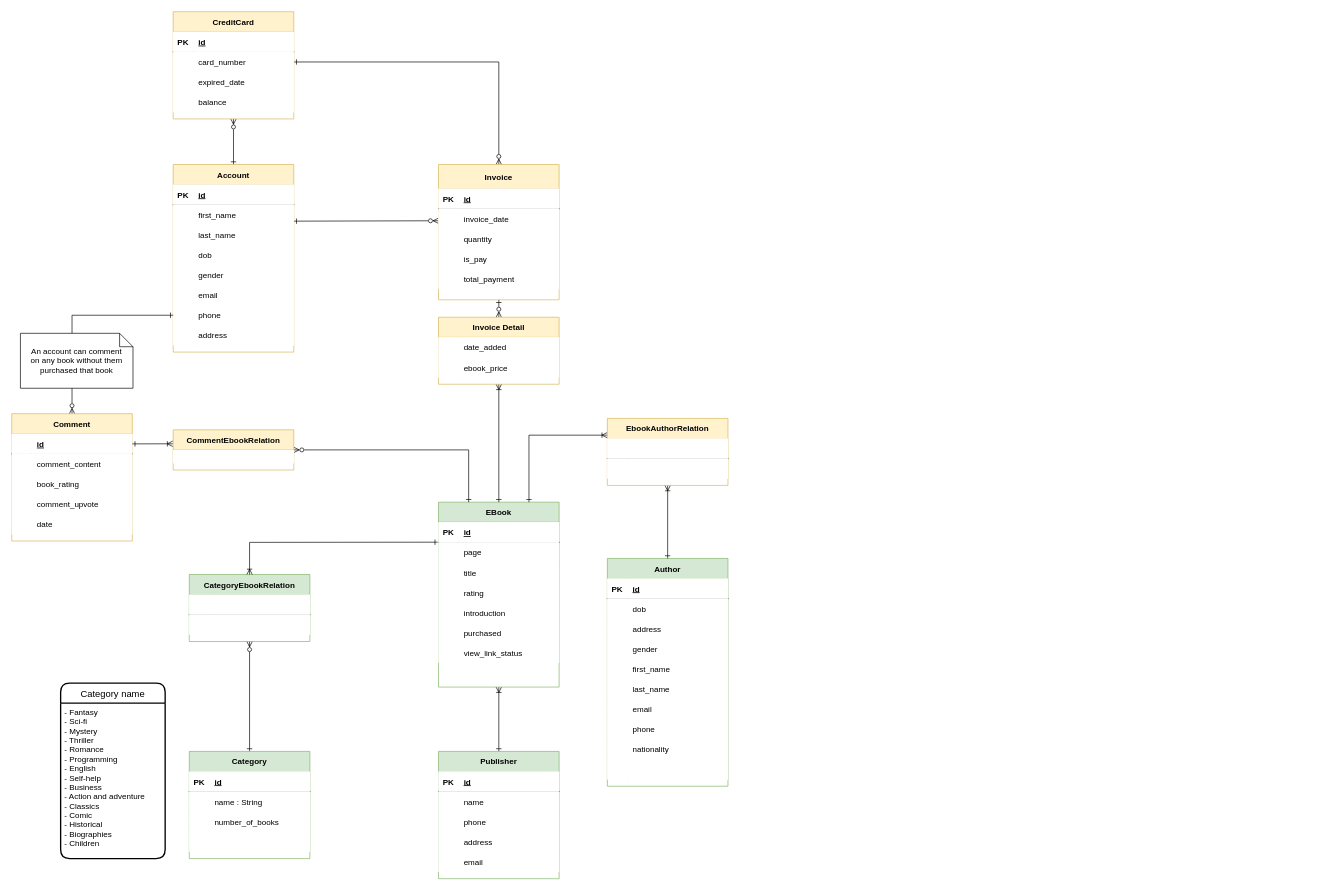
TongVu/Axon keeps this draw.io diagram as SourceCode/Postgres/Query/ERD/Drawio/SellingBookOnline.drawio. Above is the earlier version. Source tidied: cells renumbered, new cells numbered last; positions are measured from the earlier drawing's top-left corner, leaving out a move shared by most shapes. Both pictures are drawn from the tidied source at 67%, with x=0, y=0 at pixel (11, 11).
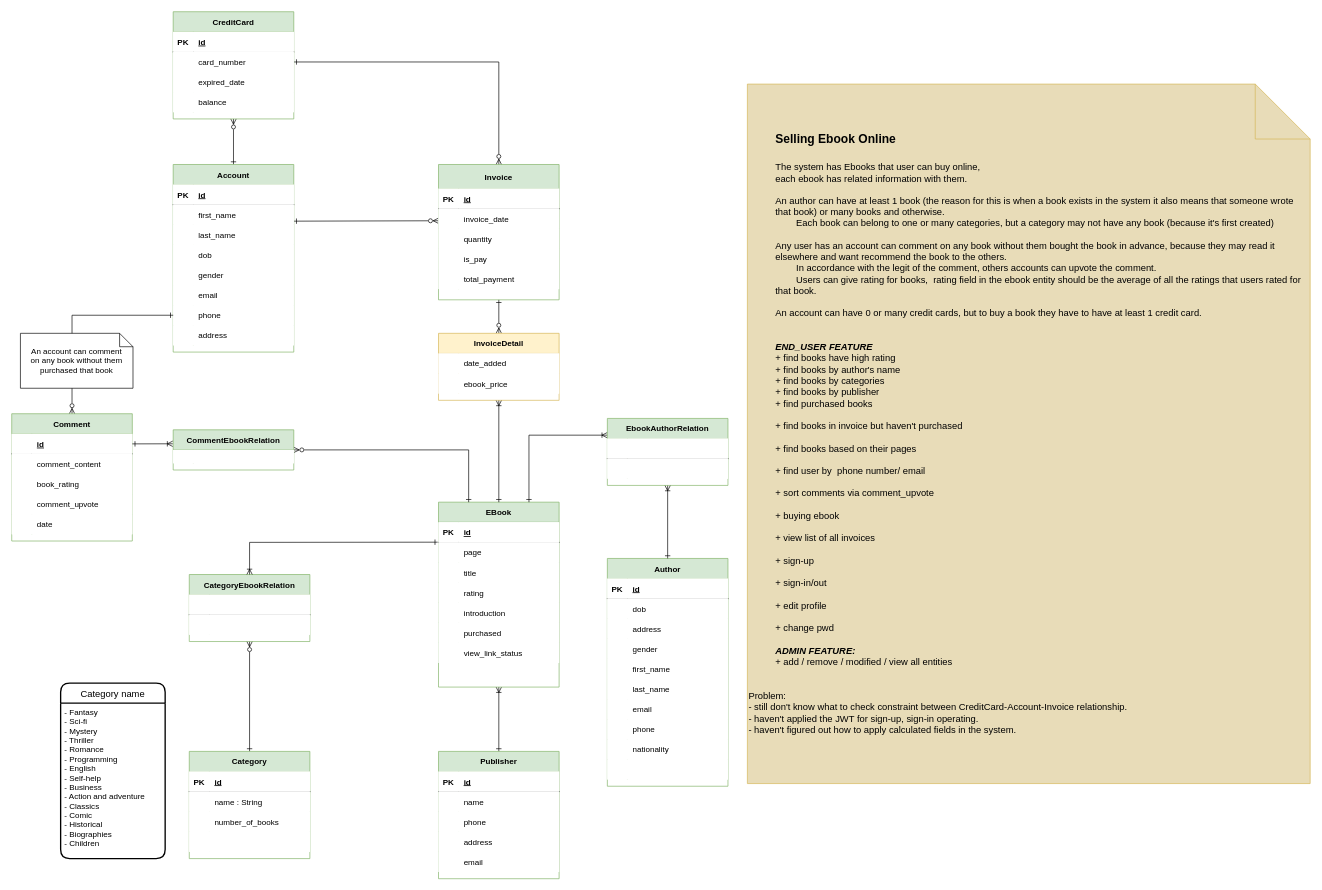
After the change.

The edit, as a diff of the source:
```diff
@@
-    <mxCell id="27" value="Account" style="shape=table;startSize=30;childLayout=tableLayout;rowLines=0;fontStyle=1;align=center;fillColor=#fff2cc;strokeColor=#d6b656;" parent="1" vertex="1">
+    <mxCell id="27" value="Account" style="shape=table;startSize=30;childLayout=tableLayout;rowLines=0;fontStyle=1;align=center;fillColor=#d5e8d4;strokeColor=#82b366;" parent="1" vertex="1">
       <mxGeometry x="241" y="228" width="180" height="280" as="geometry" />
     </mxCell>
@@
-    <mxCell id="85" value="Invoice" style="shape=table;startSize=36;childLayout=tableLayout;rowLines=0;fontStyle=1;align=center;fillColor=#fff2cc;strokeColor=#d6b656;" parent="1" vertex="1">
+    <mxCell id="85" value="Invoice" style="shape=table;startSize=36;childLayout=tableLayout;rowLines=0;fontStyle=1;align=center;fillColor=#d5e8d4;strokeColor=#82b366;" parent="1" vertex="1">
       <mxGeometry x="637" y="228" width="180" height="202" as="geometry" />
     </mxCell>
@@
-    <mxCell id="131" value="CreditCard" style="shape=table;startSize=30;childLayout=tableLayout;rowLines=0;fontStyle=1;align=center;fillColor=#fff2cc;strokeColor=#d6b656;" parent="1" vertex="1">
+    <mxCell id="131" value="CreditCard" style="shape=table;startSize=30;childLayout=tableLayout;rowLines=0;fontStyle=1;align=center;fillColor=#d5e8d4;strokeColor=#82b366;" parent="1" vertex="1">
       <mxGeometry x="241" width="180" height="160" as="geometry" />
     </mxCell>
@@
-    <mxCell id="154" value="EbookAuthorRelation" style="shape=table;startSize=30;childLayout=tableLayout;rowLines=0;fontStyle=1;align=center;fillColor=#fff2cc;strokeColor=#d6b656;" parent="1" vertex="1">
+    <mxCell id="154" value="EbookAuthorRelation" style="shape=table;startSize=30;childLayout=tableLayout;rowLines=0;fontStyle=1;align=center;fillColor=#d5e8d4;strokeColor=#82b366;" parent="1" vertex="1">
       <mxGeometry x="889" y="607" width="180" height="100" as="geometry" />
     </mxCell>
@@
-    <mxCell id="162" value="Invoice Detail" style="shape=table;startSize=30;childLayout=tableLayout;rowLines=0;fontStyle=1;align=center;fillColor=#fff2cc;strokeColor=#d6b656;" parent="1" vertex="1">
-      <mxGeometry x="637" y="456" width="180" height="100" as="geometry" />
+    <mxCell id="162" value="InvoiceDetail" style="shape=table;startSize=30;childLayout=tableLayout;rowLines=0;fontStyle=1;align=center;fillColor=#fff2cc;strokeColor=#d6b656;" parent="1" vertex="1">
+      <mxGeometry x="637" y="480" width="180" height="100" as="geometry" />
     </mxCell>
@@
-    <mxCell id="170" value="CommentEbookRelation" style="shape=table;startSize=30;childLayout=tableLayout;rowLines=0;fontStyle=1;align=center;fillColor=#fff2cc;strokeColor=#d6b656;" parent="1" vertex="1">
+    <mxCell id="170" value="CommentEbookRelation" style="shape=table;startSize=30;childLayout=tableLayout;rowLines=0;fontStyle=1;align=center;fillColor=#d5e8d4;strokeColor=#82b366;" parent="1" vertex="1">
       <mxGeometry x="241" y="624" width="180" height="60" as="geometry" />
     </mxCell>
@@
-    <mxCell id="177" value="Comment" style="shape=table;startSize=30;childLayout=tableLayout;rowLines=0;fontStyle=1;align=center;fillColor=#fff2cc;strokeColor=#d6b656;" parent="1" vertex="1">
+    <mxCell id="177" value="Comment" style="shape=table;startSize=30;childLayout=tableLayout;rowLines=0;fontStyle=1;align=center;fillColor=#d5e8d4;strokeColor=#82b366;" parent="1" vertex="1">
       <mxGeometry y="600" width="180" height="190" as="geometry" />
     </mxCell>
@@
+    <mxCell id="195" value="&lt;blockquote style=&quot;margin: 0px 0px 0px 40px; border: none; padding: 0px; font-size: 18px;&quot;&gt;&lt;font style=&quot;font-size: 18px;&quot;&gt;&lt;b style=&quot;&quot;&gt;&lt;font style=&quot;font-size: 18px;&quot;&gt;Selling Ebook Online&lt;/font&gt;&lt;/b&gt;&lt;/font&gt;&lt;/blockquote&gt;&lt;blockquote style=&quot;margin: 0px 0px 0px 40px; border: none; padding: 0px; font-size: 18px;&quot;&gt;&lt;font style=&quot;font-size: 18px;&quot;&gt;&lt;br&gt;&lt;/font&gt;&lt;/blockquote&gt;&lt;font style=&quot;font-size: 14px;&quot;&gt;&lt;blockquote style=&quot;margin: 0 0 0 40px; border: none; padding: 0px;&quot;&gt;&lt;font style=&quot;font-size: 14px;&quot;&gt;The system has Ebooks that user can buy online,&lt;/font&gt;&lt;/blockquote&gt;&lt;blockquote style=&quot;margin: 0 0 0 40px; border: none; padding: 0px;&quot;&gt;&lt;font style=&quot;font-size: 14px;&quot;&gt;each ebook has related information with them.&lt;/font&gt;&lt;/blockquote&gt;&lt;blockquote style=&quot;margin: 0 0 0 40px; border: none; padding: 0px;&quot;&gt;&lt;font style=&quot;font-size: 14px;&quot;&gt;&lt;br&gt;&lt;/font&gt;&lt;/blockquote&gt;&lt;blockquote style=&quot;margin: 0 0 0 40px; border: none; padding: 0px;&quot;&gt;&lt;font style=&quot;font-size: 14px;&quot;&gt;An author can have at least 1 book (the reason for this is when a book exists in the system it also means that someone wrote that book) or many books and otherwise.&lt;/font&gt;&lt;/blockquote&gt;&lt;blockquote style=&quot;margin: 0 0 0 40px; border: none; padding: 0px;&quot;&gt;&lt;span style=&quot;background-color: initial;&quot;&gt;&lt;font style=&quot;font-size: 14px;&quot;&gt;&lt;span style=&quot;white-space: pre;&quot;&gt;&#9;&lt;/span&gt;Each book can belong to one or many categories, but a category may not have any book (because it's first created)&lt;/font&gt;&lt;/span&gt;&lt;/blockquote&gt;&lt;blockquote style=&quot;margin: 0 0 0 40px; border: none; padding: 0px;&quot;&gt;&lt;font style=&quot;font-size: 14px;&quot;&gt;&lt;br&gt;&lt;/font&gt;&lt;/blockquote&gt;&lt;blockquote style=&quot;margin: 0 0 0 40px; border: none; padding: 0px;&quot;&gt;&lt;font style=&quot;font-size: 14px;&quot;&gt;Any user has an account can comment on any book without them bought the book in advance, because they may read it elsewhere and want recommend the book to the others.&lt;/font&gt;&lt;/blockquote&gt;&lt;blockquote style=&quot;margin: 0 0 0 40px; border: none; padding: 0px;&quot;&gt;&lt;font style=&quot;font-size: 14px;&quot;&gt;&lt;span style=&quot;white-space: pre;&quot;&gt;&#9;&lt;/span&gt;In&amp;nbsp;&lt;span style=&quot;background-color: initial;&quot;&gt;accordance with the legit of the comment, others accounts can upvote the comment.&lt;/span&gt;&lt;/font&gt;&lt;/blockquote&gt;&lt;blockquote style=&quot;margin: 0 0 0 40px; border: none; padding: 0px;&quot;&gt;&lt;font style=&quot;font-size: 14px;&quot;&gt;&lt;span style=&quot;white-space: pre;&quot;&gt;&#9;&lt;/span&gt;Users can give rating for books,&amp;nbsp; rating field in the ebook entity should be the average of all the ratings that users rated for that book.&lt;/font&gt;&lt;/blockquote&gt;&lt;blockquote style=&quot;margin: 0 0 0 40px; border: none; padding: 0px;&quot;&gt;&lt;font style=&quot;font-size: 14px;&quot;&gt;&lt;br&gt;&lt;/font&gt;&lt;/blockquote&gt;&lt;blockquote style=&quot;margin: 0 0 0 40px; border: none; padding: 0px;&quot;&gt;&lt;font style=&quot;font-size: 14px;&quot;&gt;An account can have 0 or many credit cards, but to buy a book they have to have at least 1 credit card.&lt;/font&gt;&lt;/blockquote&gt;&lt;blockquote style=&quot;margin: 0 0 0 40px; border: none; padding: 0px;&quot;&gt;&lt;font style=&quot;font-size: 14px;&quot;&gt;&lt;br&gt;&lt;/font&gt;&lt;/blockquote&gt;&lt;blockquote style=&quot;margin: 0 0 0 40px; border: none; padding: 0px;&quot;&gt;&lt;br&gt;&lt;/blockquote&gt;&lt;blockquote style=&quot;margin: 0 0 0 40px; border: none; padding: 0px;&quot;&gt;&lt;b&gt;&lt;i&gt;END_USER FEATURE&lt;/i&gt;&lt;/b&gt;&lt;/blockquote&gt;&lt;blockquote style=&quot;margin: 0 0 0 40px; border: none; padding: 0px;&quot;&gt;+ find books have high rating&lt;/blockquote&gt;&lt;blockquote style=&quot;margin: 0 0 0 40px; border: none; padding: 0px;&quot;&gt;+ find books by author's name&lt;/blockquote&gt;&lt;blockquote style=&quot;margin: 0 0 0 40px; border: none; padding: 0px;&quot;&gt;+ find books by categories&lt;/blockquote&gt;&lt;blockquote style=&quot;margin: 0 0 0 40px; border: none; padding: 0px;&quot;&gt;+ find books by publisher&lt;/blockquote&gt;&lt;blockquote style=&quot;margin: 0 0 0 40px; border: none; padding: 0px;&quot;&gt;+ find purchased books&lt;/blockquote&gt;&lt;blockquote style=&quot;margin: 0 0 0 40px; border: none; padding: 0px;&quot;&gt;&lt;br&gt;&lt;/blockquote&gt;&lt;blockquote style=&quot;margin: 0 0 0 40px; border: none; padding: 0px;&quot;&gt;+ find books in invoice but haven't purchased&lt;/blockquote&gt;&lt;blockquote style=&quot;margin: 0 0 0 40px; border: none; padding: 0px;&quot;&gt;&lt;br&gt;&lt;/blockquote&gt;&lt;blockquote style=&quot;margin: 0 0 0 40px; border: none; padding: 0px;&quot;&gt;+ find books based on their pages&lt;/blockquote&gt;&lt;blockquote style=&quot;margin: 0 0 0 40px; border: none; padding: 0px;&quot;&gt;&lt;br&gt;&lt;/blockquote&gt;&lt;blockquote style=&quot;margin: 0 0 0 40px; border: none; padding: 0px;&quot;&gt;+ find user by&amp;nbsp; phone number/ email&lt;/blockquote&gt;&lt;blockquote style=&quot;margin: 0 0 0 40px; border: none; padding: 0px;&quot;&gt;&lt;br&gt;&lt;/blockquote&gt;&lt;blockquote style=&quot;margin: 0 0 0 40px; border: none; padding: 0px;&quot;&gt;+ sort comments via comment_upvote&lt;/blockquote&gt;&lt;blockquote style=&quot;margin: 0 0 0 40px; border: none; padding: 0px;&quot;&gt;&lt;br&gt;&lt;/blockquote&gt;&lt;blockquote style=&quot;margin: 0 0 0 40px; border: none; padding: 0px;&quot;&gt;+ buying ebook&lt;/blockquote&gt;&lt;blockquote style=&quot;margin: 0 0 0 40px; border: none; padding: 0px;&quot;&gt;&lt;br&gt;&lt;/blockquote&gt;&lt;blockquote style=&quot;margin: 0 0 0 40px; border: none; padding: 0px;&quot;&gt;+ view list of all invoices&lt;/blockquote&gt;&lt;blockquote style=&quot;margin: 0 0 0 40px; border: none; padding: 0px;&quot;&gt;&lt;br&gt;&lt;/blockquote&gt;&lt;blockquote style=&quot;margin: 0 0 0 40px; border: none; padding: 0px;&quot;&gt;+ sign-up&lt;/blockquote&gt;&lt;blockquote style=&quot;margin: 0 0 0 40px; border: none; padding: 0px;&quot;&gt;&lt;br&gt;&lt;/blockquote&gt;&lt;blockquote style=&quot;margin: 0 0 0 40px; border: none; padding: 0px;&quot;&gt;+ sign-in/out&lt;/blockquote&gt;&lt;blockquote style=&quot;margin: 0 0 0 40px; border: none; padding: 0px;&quot;&gt;&lt;br&gt;&lt;/blockquote&gt;&lt;blockquote style=&quot;margin: 0 0 0 40px; border: none; padding: 0px;&quot;&gt;+ edit profile&lt;/blockquote&gt;&lt;blockquote style=&quot;margin: 0 0 0 40px; border: none; padding: 0px;&quot;&gt;&lt;br&gt;&lt;/blockquote&gt;&lt;blockquote style=&quot;margin: 0 0 0 40px; border: none; padding: 0px;&quot;&gt;+ change pwd&lt;/blockquote&gt;&lt;blockquote style=&quot;margin: 0 0 0 40px; border: none; padding: 0px;&quot;&gt;&lt;br&gt;&lt;/blockquote&gt;&lt;blockquote style=&quot;margin: 0 0 0 40px; border: none; padding: 0px;&quot;&gt;&lt;b&gt;&lt;i&gt;ADMIN FEATURE:&lt;/i&gt;&lt;/b&gt;&lt;/blockquote&gt;&lt;blockquote style=&quot;margin: 0 0 0 40px; border: none; padding: 0px;&quot;&gt;+ add / remove / modified / view all entities&amp;nbsp;&lt;/blockquote&gt;&lt;blockquote style=&quot;margin: 0 0 0 40px; border: none; padding: 0px;&quot;&gt;&lt;/blockquote&gt;&lt;font style=&quot;font-size: 14px;&quot;&gt;&lt;br&gt;&lt;br&gt;Problem: &lt;br&gt;- still don't know what to check constraint between CreditCard-Account-Invoice relationship.&lt;br&gt;- haven't applied the JWT for sign-up, sign-in operating.&lt;br&gt;- haven't figured out how to apply calculated fields in the system.&lt;/font&gt;&lt;br&gt;&lt;/font&gt;" style="shape=note;size=82;whiteSpace=wrap;html=1;align=left;fillColor=#E8DCB8;strokeColor=#d6b656;" parent="1" vertex="1">
+      <mxGeometry x="1098" y="108" width="840" height="1044" as="geometry" />
+    </mxCell>
```
